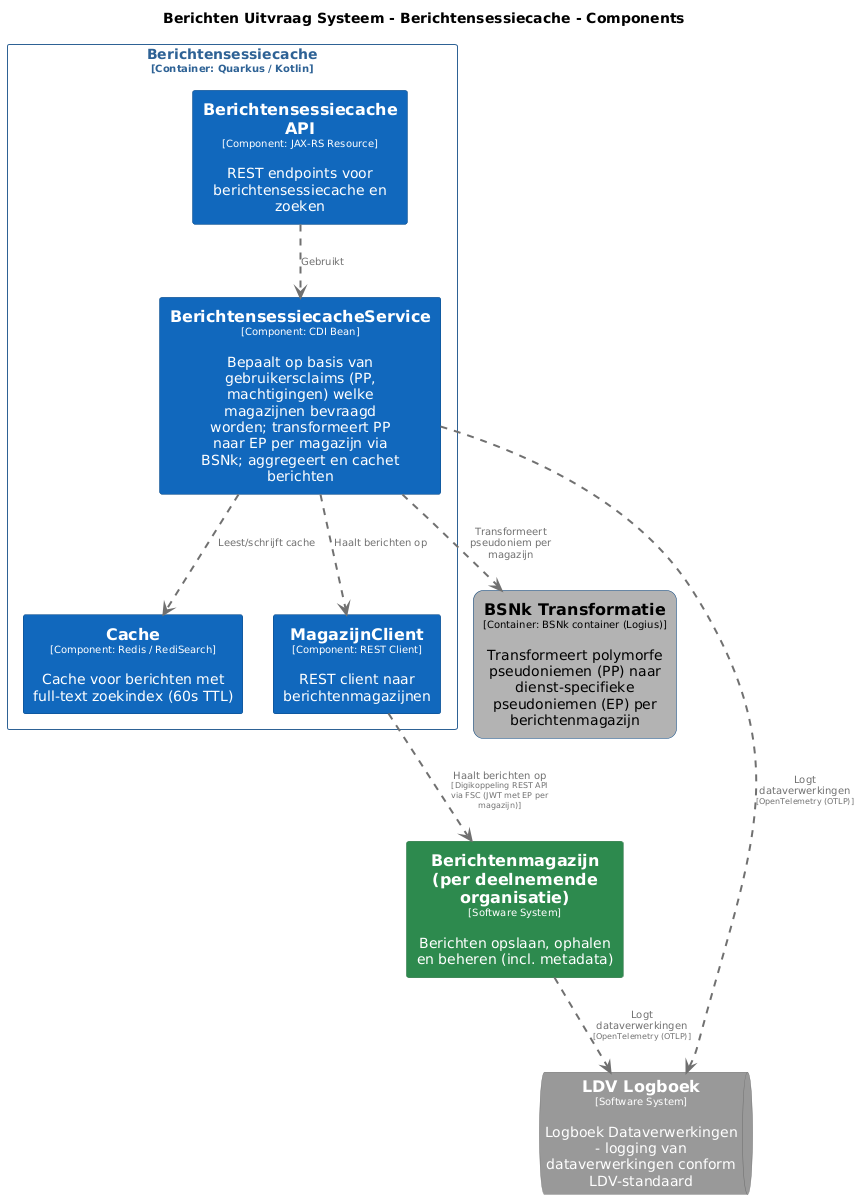
MinBZK/moza-poc-fbs-berichtenbox keeps this PlantUML diagram as pr-preview/pr-22/master/png/BerichtensessiecacheComponenten.png. Above is the earlier version.
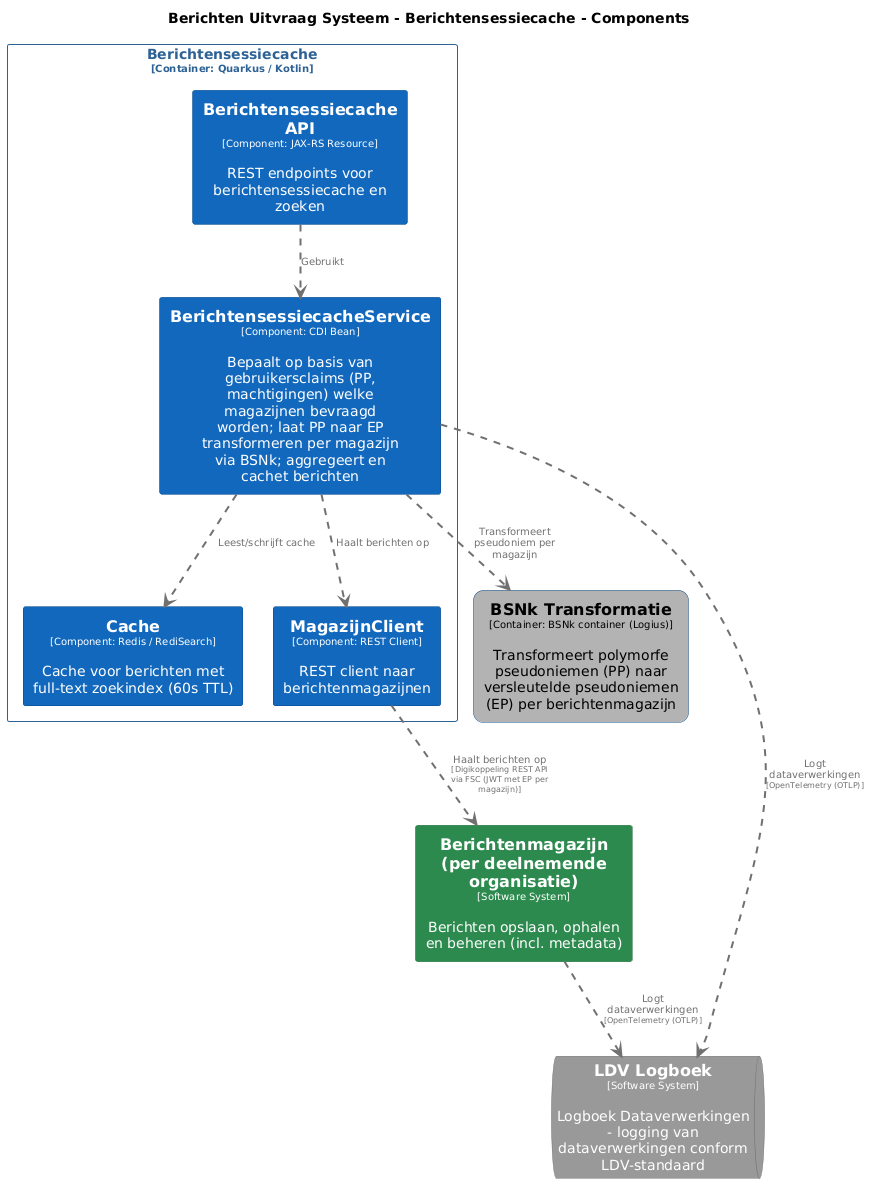
After the change.

What changed in the source:
```diff
@@ -65,12 +65,12 @@
 }
 
 rectangle "==Berichtenmagazijn (per deelnemende organisatie)\n<size:10>[Software System]</size>\n\nBerichten opslaan, ophalen en beheren (incl. metadata)" <<Berichtenmagazijnperdeelnemendeorganisatie>> as Berichtenmagazijnperdeelnemendeorganisatie
-rectangle "==BSNk Transformatie\n<size:10>[Container: BSNk container (Logius)]</size>\n\nTransformeert polymorfe pseudoniemen (PP) naar dienst-specifieke pseudoniemen (EP) per berichtenmagazijn" <<BerichtenUitvraagSysteem.BSNkTransformatie>> as BerichtenUitvraagSysteem.BSNkTransformatie
+rectangle "==BSNk Transformatie\n<size:10>[Container: BSNk container (Logius)]</size>\n\nTransformeert polymorfe pseudoniemen (PP) naar versleutelde pseudoniemen (EP) per berichtenmagazijn" <<BerichtenUitvraagSysteem.BSNkTransformatie>> as BerichtenUitvraagSysteem.BSNkTransformatie
 queue "==LDV Logboek\n<size:10>[Software System]</size>\n\nLogboek Dataverwerkingen - logging van dataverwerkingen conform LDV-standaard" <<LDVLogboek>> as LDVLogboek
 
 rectangle "Berichtensessiecache\n<size:10>[Container: Quarkus / Kotlin]</size>" <<BerichtenUitvraagSysteem.Berichtensessiecache>> {
   rectangle "==Berichtensessiecache API\n<size:10>[Component: JAX-RS Resource]</size>\n\nREST endpoints voor berichtensessiecache en zoeken" <<BerichtenUitvraagSysteem.Berichtensessiecache.BerichtensessiecacheAPI>> as BerichtenUitvraagSysteem.Berichtensessiecache.BerichtensessiecacheAPI
-  rectangle "==BerichtensessiecacheService\n<size:10>[Component: CDI Bean]</size>\n\nBepaalt op basis van gebruikersclaims (PP, machtigingen) welke magazijnen bevraagd worden; transformeert PP naar EP per magazijn via BSNk; aggregeert en cachet berichten" <<BerichtenUitvraagSysteem.Berichtensessiecache.BerichtensessiecacheService>> as BerichtenUitvraagSysteem.Berichtensessiecache.BerichtensessiecacheService
+  rectangle "==BerichtensessiecacheService\n<size:10>[Component: CDI Bean]</size>\n\nBepaalt op basis van gebruikersclaims (PP, machtigingen) welke magazijnen bevraagd worden; laat PP naar EP transformeren per magazijn via BSNk; aggregeert en cachet berichten" <<BerichtenUitvraagSysteem.Berichtensessiecache.BerichtensessiecacheService>> as BerichtenUitvraagSysteem.Berichtensessiecache.BerichtensessiecacheService
   rectangle "==Cache\n<size:10>[Component: Redis / RediSearch]</size>\n\nCache voor berichten met full-text zoekindex (60s TTL)" <<BerichtenUitvraagSysteem.Berichtensessiecache.Cache>> as BerichtenUitvraagSysteem.Berichtensessiecache.Cache
   rectangle "==MagazijnClient\n<size:10>[Component: REST Client]</size>\n\nREST client naar berichtenmagazijnen" <<BerichtenUitvraagSysteem.Berichtensessiecache.MagazijnClient>> as BerichtenUitvraagSysteem.Berichtensessiecache.MagazijnClient
 }
```
